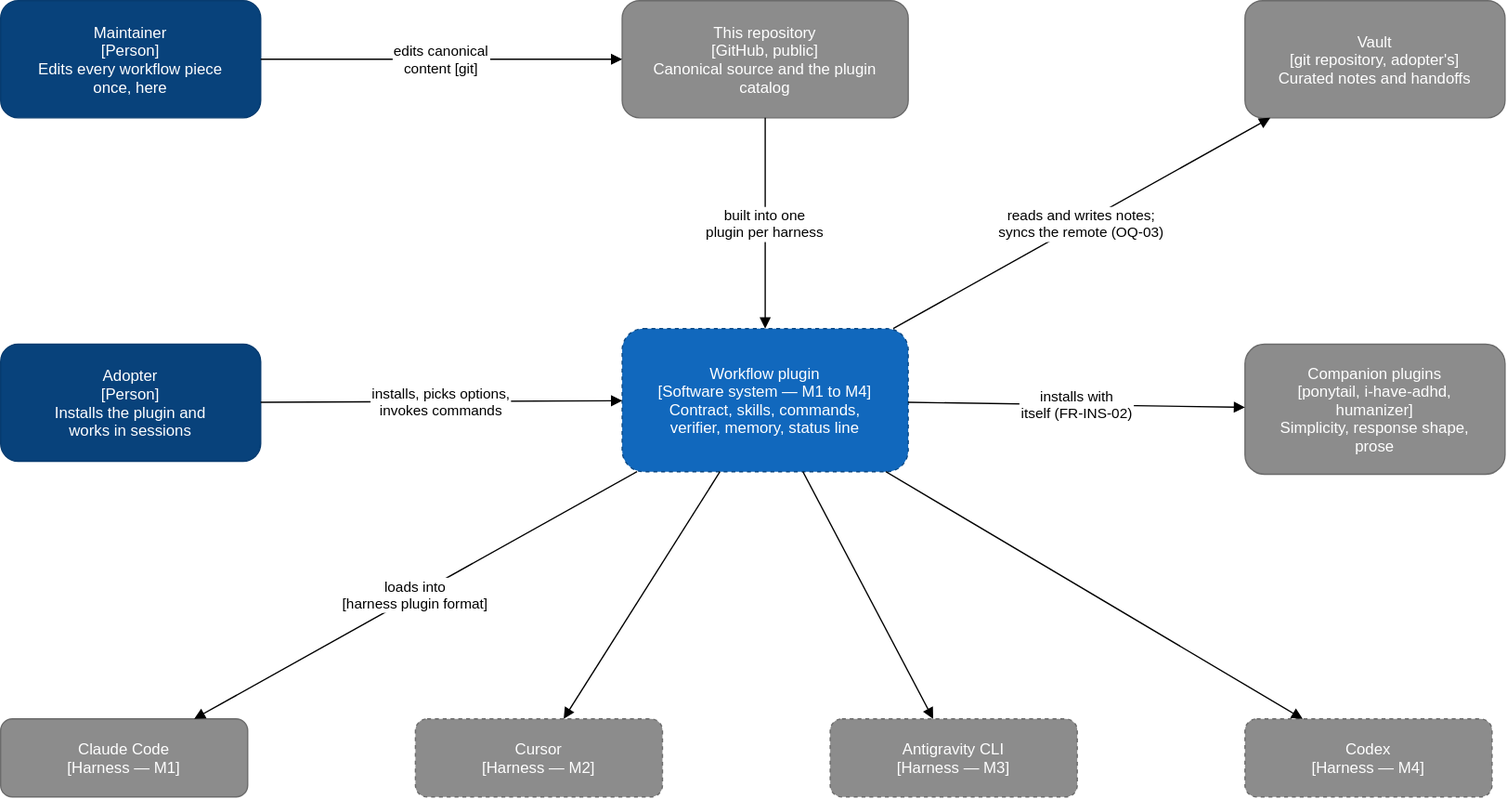
Earlier version of the draw.io export docs/architecture/diagrams/context.drawio.svg (ATNexusLab/tightship). Source tidied: cells renumbered, new cells last; positions are measured from the earlier drawing's top-left corner, leaving out a move shared by most shapes.
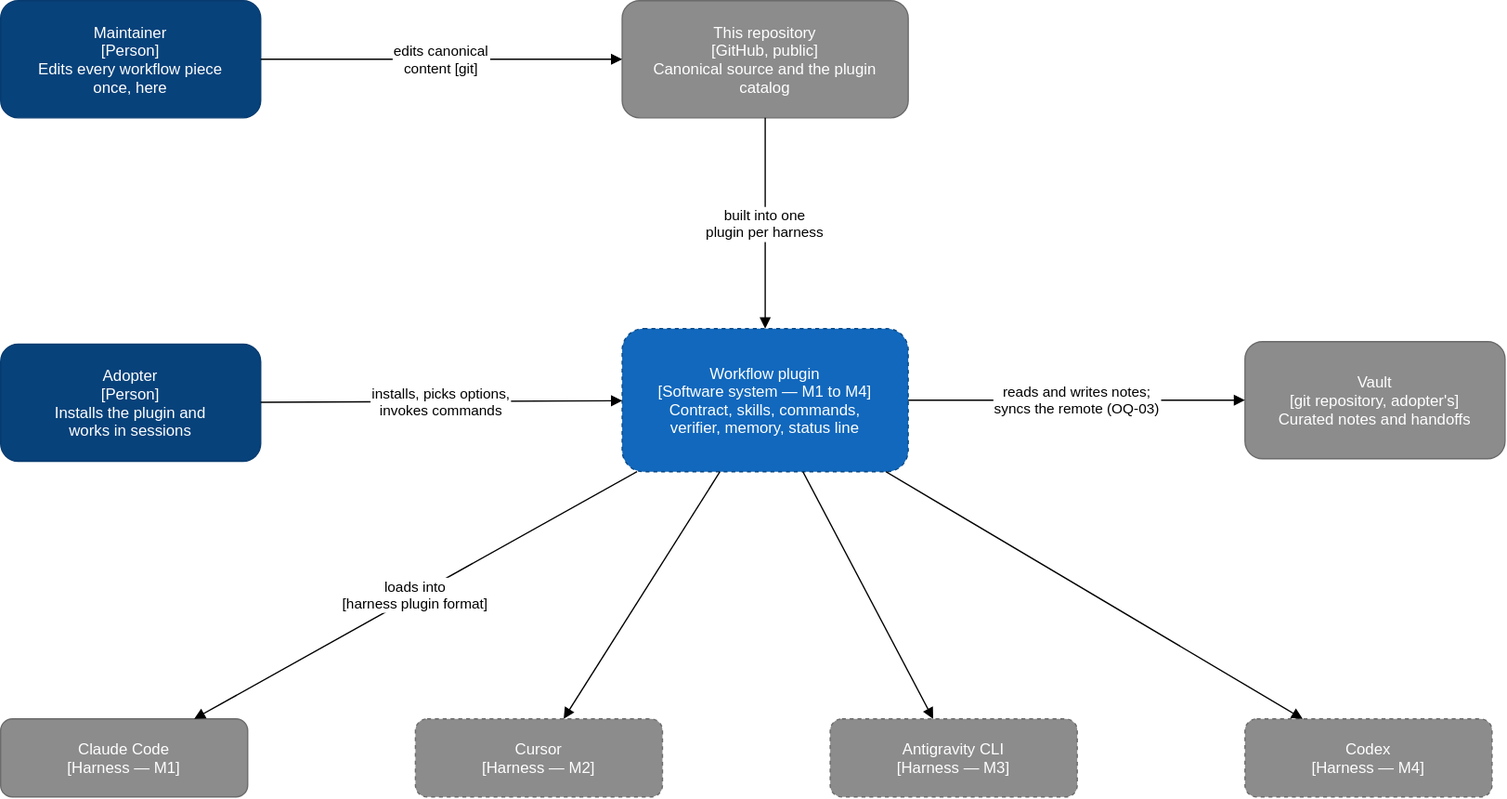
Above is the later version.

Diff of the diagram source:
```diff
@@ -26,11 +26,8 @@
     <mxCell id="9" value="Codex&#10;[Harness — M4]" style="rounded=1;fillColor=#8c8c8c;fontColor=#ffffff;strokeColor=#6b6b6b;fontSize=12;dashed=1;html=0;" parent="1" vertex="1">
       <mxGeometry x="957" y="552" width="190" height="60" as="geometry" />
     </mxCell>
-    <mxCell id="10" value="Companion plugins&#10;[ponytail, i-have-adhd,&#10;humanizer]&#10;Simplicity, response shape,&#10;prose" style="rounded=1;fillColor=#8c8c8c;fontColor=#ffffff;strokeColor=#6b6b6b;fontSize=12;html=0;" parent="1" vertex="1">
-      <mxGeometry x="957" y="264" width="200" height="100" as="geometry" />
-    </mxCell>
     <mxCell id="11" value="Vault&#10;[git repository, adopter's]&#10;Curated notes and handoffs" style="rounded=1;fillColor=#8c8c8c;fontColor=#ffffff;strokeColor=#6b6b6b;fontSize=12;html=0;" parent="1" vertex="1">
-      <mxGeometry x="957" width="200" height="90" as="geometry" />
+      <mxGeometry x="957" y="262" width="200" height="90" as="geometry" />
     </mxCell>
     <mxCell id="12" value="edits canonical&#10;content [git]" style="endArrow=block;endFill=1;html=0;fontSize=11;labelBackgroundColor=#ffffff;" parent="1" edge="1" source="2" target="4">
       <mxGeometry relative="1" as="geometry" />
@@ -53,9 +50,6 @@
     <mxCell id="18" style="endArrow=block;endFill=1;html=0;fontSize=11;labelBackgroundColor=#ffffff;" parent="1" edge="1" source="5" target="9">
       <mxGeometry relative="1" as="geometry" />
     </mxCell>
-    <mxCell id="19" value="installs with&#10;itself (FR-INS-02)" style="endArrow=block;endFill=1;html=0;fontSize=11;labelBackgroundColor=#ffffff;" parent="1" edge="1" source="5" target="10">
-      <mxGeometry relative="1" as="geometry" />
-    </mxCell>
     <mxCell id="20" value="reads and writes notes;&#10;syncs the remote (OQ-03)" style="endArrow=block;endFill=1;html=0;fontSize=11;labelBackgroundColor=#ffffff;" parent="1" edge="1" source="5" target="11">
       <mxGeometry relative="1" as="geometry" />
     </mxCell>
```
